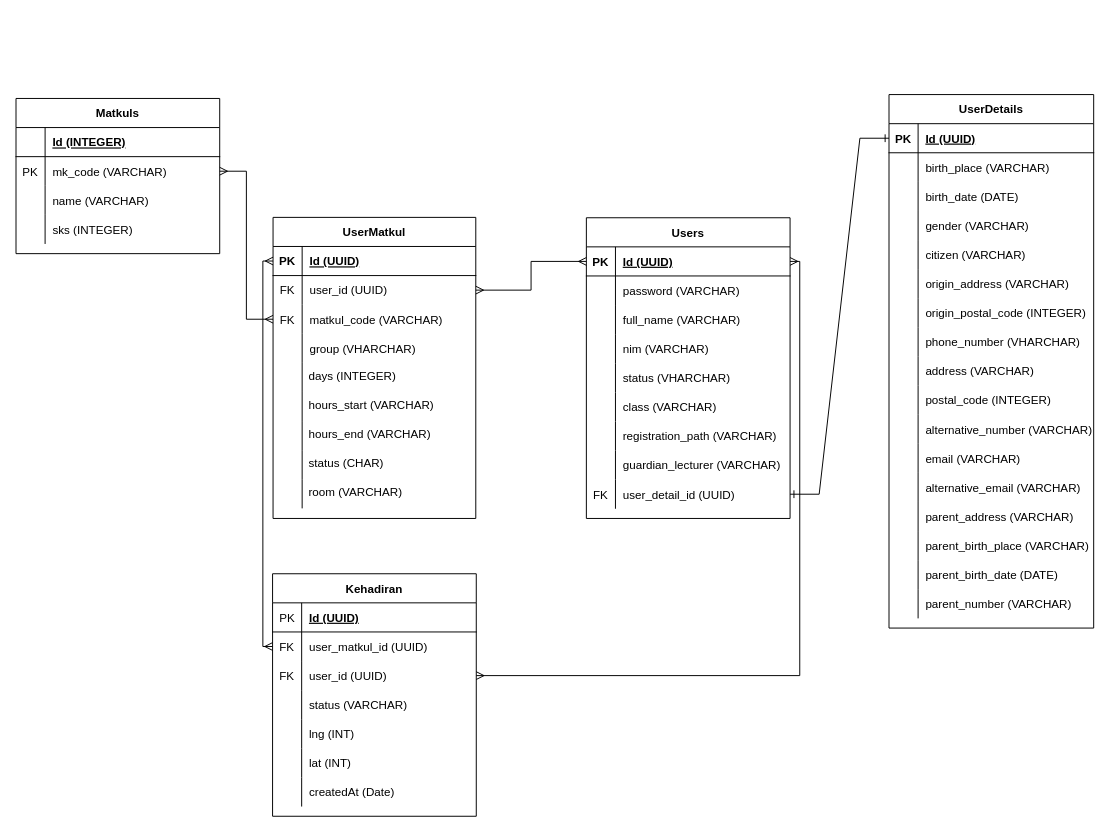
The draw.io diagram attandence-schema.drawio in aldomarcelino/learn-uml, before the edit. Source tidied: cells renumbered, new cells numbered last; positions are measured from the earlier drawing's top-left corner, leaving out a move shared by most shapes. Both pictures are drawn from the tidied source at 97%, with x=0, y=0 at pixel (16, 94).
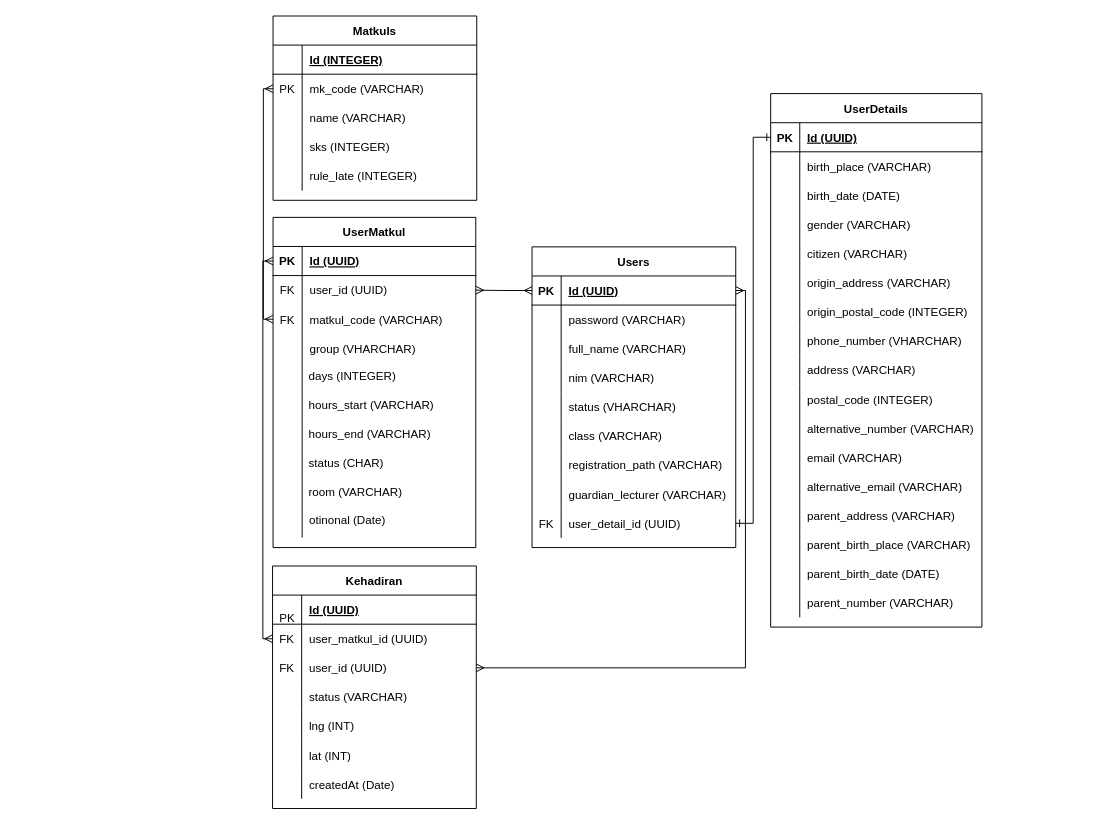
Above is the later version.

The change refers to these unchanged cells:
```xml
<mxCell id="27" style="shape=tableRow;horizontal=0;startSize=0;swimlaneHead=0;swimlaneBody=0;fillColor=none;points=[[0,0.5],[1,0.5]];portConstraint=eastwest;top=0;left=0;right=0;bottom=0;" parent="2" vertex="1">
  <mxGeometry y="270" width="210" height="30" as="geometry" />
</mxCell>
<mxCell id="87" style="shape=tableRow;horizontal=0;startSize=0;swimlaneHead=0;swimlaneBody=0;fillColor=none;points=[[0,0.5],[1,0.5]];portConstraint=eastwest;top=0;left=0;right=0;bottom=0;" parent="83" vertex="1">
  <mxGeometry y="60" width="210" height="30" as="geometry" />
</mxCell>
<mxCell id="104" style="shape=tableRow;horizontal=0;startSize=0;swimlaneHead=0;swimlaneBody=0;fillColor=none;points=[[0,0.5],[1,0.5]];portConstraint=eastwest;top=0;left=0;right=0;bottom=0;" parent="97" vertex="1">
  <mxGeometry y="90" width="209" height="30" as="geometry" />
</mxCell>
```

The edit, as a diff of the source:
```diff
@@
     <mxCell id="2" value="Users" style="shape=table;startSize=30;childLayout=tableLayout;rowLines=0;fontStyle=1;align=center;" parent="1" vertex="1">
-      <mxGeometry x="588" y="127" width="210" height="310" as="geometry" />
+      <mxGeometry x="532" y="157" width="210" height="310" as="geometry" />
     </mxCell>
@@
     <mxCell id="30" value="UserDetails" style="shape=table;startSize=30;childLayout=tableLayout;rowLines=0;fontStyle=1;align=center;" parent="1" vertex="1">
-      <mxGeometry x="900" width="211" height="550" as="geometry" />
+      <mxGeometry x="778" y="-1" width="217.8" height="550" as="geometry" />
     </mxCell>
     <mxCell id="31" style="shape=tableRow;horizontal=0;startSize=0;swimlaneHead=0;swimlaneBody=0;fillColor=none;points=[[0,0.5],[1,0.5]];portConstraint=eastwest;top=0;left=0;right=0;bottom=1;" parent="30" vertex="1">
-      <mxGeometry y="30" width="211" height="30" as="geometry" />
+      <mxGeometry y="30" width="217.8" height="30" as="geometry" />
     </mxCell>
@@
     <mxCell id="33" value="Id (UUID)" style="shape=partialRectangle;fillColor=none;top=0;left=0;bottom=0;right=0;align=left;spacingLeft=6;fontStyle=5;overflow=hidden;" parent="31" vertex="1">
-      <mxGeometry x="30" width="181" height="30" as="geometry" />
+      <mxGeometry x="30" width="187.8" height="30" as="geometry" />
     </mxCell>
     <mxCell id="34" style="shape=tableRow;horizontal=0;startSize=0;swimlaneHead=0;swimlaneBody=0;fillColor=none;top=0;left=0;right=0;bottom=0;" parent="30" vertex="1">
-      <mxGeometry y="60" width="211" height="30" as="geometry" />
+      <mxGeometry y="60" width="217.8" height="30" as="geometry" />
     </mxCell>
@@
     <mxCell id="36" value="birth_place (VARCHAR)" style="shape=partialRectangle;fillColor=none;top=0;left=0;bottom=0;right=0;align=left;spacingLeft=6;overflow=hidden;" parent="34" vertex="1">
-      <mxGeometry x="30" width="181" height="30" as="geometry" />
+      <mxGeometry x="30" width="187.8" height="30" as="geometry" />
     </mxCell>
     <mxCell id="37" style="shape=tableRow;horizontal=0;startSize=0;swimlaneHead=0;swimlaneBody=0;fillColor=none;top=0;left=0;right=0;bottom=0;" parent="30" vertex="1">
-      <mxGeometry y="90" width="211" height="30" as="geometry" />
+      <mxGeometry y="90" width="217.8" height="30" as="geometry" />
     </mxCell>
@@
     <mxCell id="39" value="birth_date (DATE)" style="shape=partialRectangle;fillColor=none;top=0;left=0;bottom=0;right=0;align=left;spacingLeft=6;overflow=hidden;" parent="37" vertex="1">
-      <mxGeometry x="30" width="181" height="30" as="geometry" />
+      <mxGeometry x="30" width="187.8" height="30" as="geometry" />
     </mxCell>
     <mxCell id="40" style="shape=tableRow;horizontal=0;startSize=0;swimlaneHead=0;swimlaneBody=0;fillColor=none;top=0;left=0;right=0;bottom=0;" parent="30" vertex="1">
-      <mxGeometry y="120" width="211" height="30" as="geometry" />
+      <mxGeometry y="120" width="217.8" height="30" as="geometry" />
     </mxCell>
@@
     <mxCell id="42" value="gender (VARCHAR)" style="shape=partialRectangle;fillColor=none;top=0;left=0;bottom=0;right=0;align=left;spacingLeft=6;overflow=hidden;" parent="40" vertex="1">
-      <mxGeometry x="30" width="181" height="30" as="geometry" />
+      <mxGeometry x="30" width="187.8" height="30" as="geometry" />
     </mxCell>
     <mxCell id="43" style="shape=tableRow;horizontal=0;startSize=0;swimlaneHead=0;swimlaneBody=0;fillColor=none;top=0;left=0;right=0;bottom=0;" parent="30" vertex="1">
-      <mxGeometry y="150" width="211" height="30" as="geometry" />
+      <mxGeometry y="150" width="217.8" height="30" as="geometry" />
     </mxCell>
@@
     <mxCell id="45" value="citizen (VARCHAR)" style="shape=partialRectangle;fillColor=none;top=0;left=0;bottom=0;right=0;align=left;spacingLeft=6;overflow=hidden;" parent="43" vertex="1">
-      <mxGeometry x="30" width="181" height="30" as="geometry" />
+      <mxGeometry x="30" width="187.8" height="30" as="geometry" />
     </mxCell>
     <mxCell id="46" style="shape=tableRow;horizontal=0;startSize=0;swimlaneHead=0;swimlaneBody=0;fillColor=none;top=0;left=0;right=0;bottom=0;" parent="30" vertex="1">
-      <mxGeometry y="180" width="211" height="30" as="geometry" />
+      <mxGeometry y="180" width="217.8" height="30" as="geometry" />
     </mxCell>
@@
     <mxCell id="48" value="origin_address (VARCHAR)" style="shape=partialRectangle;fillColor=none;top=0;left=0;bottom=0;right=0;align=left;spacingLeft=6;overflow=hidden;" parent="46" vertex="1">
-      <mxGeometry x="30" width="181" height="30" as="geometry" />
+      <mxGeometry x="30" width="187.8" height="30" as="geometry" />
     </mxCell>
     <mxCell id="49" style="shape=tableRow;horizontal=0;startSize=0;swimlaneHead=0;swimlaneBody=0;fillColor=none;top=0;left=0;right=0;bottom=0;" parent="30" vertex="1">
-      <mxGeometry y="210" width="211" height="30" as="geometry" />
+      <mxGeometry y="210" width="217.8" height="30" as="geometry" />
     </mxCell>
@@
     <mxCell id="51" value="origin_postal_code (INTEGER)" style="shape=partialRectangle;fillColor=none;top=0;left=0;bottom=0;right=0;align=left;spacingLeft=6;overflow=hidden;" parent="49" vertex="1">
-      <mxGeometry x="30" width="181" height="30" as="geometry" />
+      <mxGeometry x="30" width="187.8" height="30" as="geometry" />
     </mxCell>
     <mxCell id="52" style="shape=tableRow;horizontal=0;startSize=0;swimlaneHead=0;swimlaneBody=0;fillColor=none;top=0;left=0;right=0;bottom=0;" parent="30" vertex="1">
-      <mxGeometry y="240" width="211" height="30" as="geometry" />
+      <mxGeometry y="240" width="217.8" height="30" as="geometry" />
     </mxCell>
@@
     <mxCell id="54" value="phone_number (VHARCHAR)" style="shape=partialRectangle;fillColor=none;top=0;left=0;bottom=0;right=0;align=left;spacingLeft=6;overflow=hidden;" parent="52" vertex="1">
-      <mxGeometry x="30" width="181" height="30" as="geometry" />
+      <mxGeometry x="30" width="187.8" height="30" as="geometry" />
     </mxCell>
     <mxCell id="55" style="shape=tableRow;horizontal=0;startSize=0;swimlaneHead=0;swimlaneBody=0;fillColor=none;top=0;left=0;right=0;bottom=0;" parent="30" vertex="1">
-      <mxGeometry y="270" width="211" height="30" as="geometry" />
+      <mxGeometry y="270" width="217.8" height="30" as="geometry" />
     </mxCell>
@@
     <mxCell id="57" value="address (VARCHAR)" style="shape=partialRectangle;fillColor=none;top=0;left=0;bottom=0;right=0;align=left;spacingLeft=6;overflow=hidden;" parent="55" vertex="1">
-      <mxGeometry x="30" width="181" height="30" as="geometry" />
+      <mxGeometry x="30" width="187.8" height="30" as="geometry" />
     </mxCell>
     <mxCell id="58" style="shape=tableRow;horizontal=0;startSize=0;swimlaneHead=0;swimlaneBody=0;fillColor=none;top=0;left=0;right=0;bottom=0;" parent="30" vertex="1">
-      <mxGeometry y="300" width="211" height="30" as="geometry" />
+      <mxGeometry y="300" width="217.8" height="30" as="geometry" />
     </mxCell>
@@
     <mxCell id="60" value="postal_code (INTEGER)" style="shape=partialRectangle;fillColor=none;top=0;left=0;bottom=0;right=0;align=left;spacingLeft=6;overflow=hidden;" parent="58" vertex="1">
-      <mxGeometry x="30" width="181" height="30" as="geometry" />
+      <mxGeometry x="30" width="187.8" height="30" as="geometry" />
     </mxCell>
     <mxCell id="61" style="shape=tableRow;horizontal=0;startSize=0;swimlaneHead=0;swimlaneBody=0;fillColor=none;top=0;left=0;right=0;bottom=0;" parent="30" vertex="1">
-      <mxGeometry y="330" width="211" height="30" as="geometry" />
+      <mxGeometry y="330" width="217.8" height="30" as="geometry" />
     </mxCell>
@@
     <mxCell id="63" value="alternative_number (VARCHAR)" style="shape=partialRectangle;fillColor=none;top=0;left=0;bottom=0;right=0;align=left;spacingLeft=6;overflow=hidden;" parent="61" vertex="1">
-      <mxGeometry x="30" width="181" height="30" as="geometry" />
+      <mxGeometry x="30" width="187.8" height="30" as="geometry" />
     </mxCell>
     <mxCell id="64" style="shape=tableRow;horizontal=0;startSize=0;swimlaneHead=0;swimlaneBody=0;fillColor=none;top=0;left=0;right=0;bottom=0;" parent="30" vertex="1">
-      <mxGeometry y="360" width="211" height="30" as="geometry" />
+      <mxGeometry y="360" width="217.8" height="30" as="geometry" />
     </mxCell>
@@
     <mxCell id="66" value="email (VARCHAR)" style="shape=partialRectangle;fillColor=none;top=0;left=0;bottom=0;right=0;align=left;spacingLeft=6;overflow=hidden;" parent="64" vertex="1">
-      <mxGeometry x="30" width="181" height="30" as="geometry" />
+      <mxGeometry x="30" width="187.8" height="30" as="geometry" />
     </mxCell>
     <mxCell id="67" style="shape=tableRow;horizontal=0;startSize=0;swimlaneHead=0;swimlaneBody=0;fillColor=none;top=0;left=0;right=0;bottom=0;" parent="30" vertex="1">
-      <mxGeometry y="390" width="211" height="30" as="geometry" />
+      <mxGeometry y="390" width="217.8" height="30" as="geometry" />
     </mxCell>
@@
     <mxCell id="69" value="alternative_email (VARCHAR)" style="shape=partialRectangle;fillColor=none;top=0;left=0;bottom=0;right=0;align=left;spacingLeft=6;overflow=hidden;" parent="67" vertex="1">
-      <mxGeometry x="30" width="181" height="30" as="geometry" />
+      <mxGeometry x="30" width="187.8" height="30" as="geometry" />
     </mxCell>
     <mxCell id="70" style="shape=tableRow;horizontal=0;startSize=0;swimlaneHead=0;swimlaneBody=0;fillColor=none;top=0;left=0;right=0;bottom=0;" parent="30" vertex="1">
-      <mxGeometry y="420" width="211" height="30" as="geometry" />
+      <mxGeometry y="420" width="217.8" height="30" as="geometry" />
     </mxCell>
@@
     <mxCell id="72" value="parent_address (VARCHAR)" style="shape=partialRectangle;fillColor=none;top=0;left=0;bottom=0;right=0;align=left;spacingLeft=6;overflow=hidden;" parent="70" vertex="1">
-      <mxGeometry x="30" width="181" height="30" as="geometry" />
+      <mxGeometry x="30" width="187.8" height="30" as="geometry" />
     </mxCell>
     <mxCell id="73" style="shape=tableRow;horizontal=0;startSize=0;swimlaneHead=0;swimlaneBody=0;fillColor=none;top=0;left=0;right=0;bottom=0;" parent="30" vertex="1">
-      <mxGeometry y="450" width="211" height="30" as="geometry" />
+      <mxGeometry y="450" width="217.8" height="30" as="geometry" />
     </mxCell>
@@
     <mxCell id="75" value="parent_birth_place (VARCHAR)" style="shape=partialRectangle;fillColor=none;top=0;left=0;bottom=0;right=0;align=left;spacingLeft=6;overflow=hidden;" parent="73" vertex="1">
-      <mxGeometry x="30" width="181" height="30" as="geometry" />
+      <mxGeometry x="30" width="187.8" height="30" as="geometry" />
     </mxCell>
     <mxCell id="76" style="shape=tableRow;horizontal=0;startSize=0;swimlaneHead=0;swimlaneBody=0;fillColor=none;top=0;left=0;right=0;bottom=0;" parent="30" vertex="1">
-      <mxGeometry y="480" width="211" height="30" as="geometry" />
+      <mxGeometry y="480" width="217.8" height="30" as="geometry" />
     </mxCell>
@@
     <mxCell id="78" value="parent_birth_date (DATE)" style="shape=partialRectangle;fillColor=none;top=0;left=0;bottom=0;right=0;align=left;spacingLeft=6;overflow=hidden;" parent="76" vertex="1">
-      <mxGeometry x="30" width="181" height="30" as="geometry" />
+      <mxGeometry x="30" width="187.8" height="30" as="geometry" />
     </mxCell>
     <mxCell id="79" style="shape=tableRow;horizontal=0;startSize=0;swimlaneHead=0;swimlaneBody=0;fillColor=none;top=0;left=0;right=0;bottom=0;" parent="30" vertex="1">
-      <mxGeometry y="510" width="211" height="30" as="geometry" />
+      <mxGeometry y="510" width="217.8" height="30" as="geometry" />
     </mxCell>
@@
     <mxCell id="81" value="parent_number (VARCHAR)" style="shape=partialRectangle;fillColor=none;top=0;left=0;bottom=0;right=0;align=left;spacingLeft=6;overflow=hidden;" parent="79" vertex="1">
-      <mxGeometry x="30" width="181" height="30" as="geometry" />
+      <mxGeometry x="30" width="187.8" height="30" as="geometry" />
     </mxCell>
-    <mxCell id="82" style="edgeStyle=entityRelationEdgeStyle;fontSize=12;html=1;endArrow=ERone;rounded=0;entryX=0;entryY=0.5;entryDx=0;entryDy=0;exitX=1;exitY=0.5;exitDx=0;exitDy=0;endFill=0;startArrow=ERone;startFill=0;" parent="1" edge="1" source="27" target="31">
+    <mxCell id="82" style="fontSize=12;html=1;endArrow=ERone;rounded=0;entryX=0;entryY=0.5;entryDx=0;entryDy=0;exitX=1;exitY=0.5;exitDx=0;exitDy=0;endFill=0;startArrow=ERone;startFill=0;edgeStyle=orthogonalEdgeStyle;" parent="1" edge="1" source="27" target="31">
       <mxGeometry relative="1" as="geometry" />
     </mxCell>
     <mxCell id="83" value="Matkuls" style="shape=table;startSize=30;childLayout=tableLayout;rowLines=0;fontStyle=1;align=center;" parent="1" vertex="1">
-      <mxGeometry y="4" width="210" height="160" as="geometry" />
+      <mxGeometry x="265" y="-81" width="210" height="190" as="geometry" />
     </mxCell>
@@
+    <mxCell id="156" style="shape=tableRow;horizontal=0;startSize=0;swimlaneHead=0;swimlaneBody=0;fillColor=none;top=0;left=0;right=0;bottom=0;" parent="83" vertex="1">
+      <mxGeometry y="120" width="210" height="30" as="geometry" />
+    </mxCell>
+    <mxCell id="157" style="shape=partialRectangle;fillColor=none;top=0;left=0;bottom=0;right=0;overflow=hidden;" parent="156" vertex="1">
+      <mxGeometry width="30" height="30" as="geometry" />
+    </mxCell>
+    <mxCell id="158" value="sks (INTEGER)" style="shape=partialRectangle;fillColor=none;top=0;left=0;bottom=0;right=0;align=left;spacingLeft=6;overflow=hidden;" parent="156" vertex="1">
+      <mxGeometry x="30" width="180" height="30" as="geometry" />
+    </mxCell>
     <mxCell id="93" style="shape=tableRow;horizontal=0;startSize=0;swimlaneHead=0;swimlaneBody=0;fillColor=none;top=0;left=0;right=0;bottom=0;" parent="83" vertex="1">
-      <mxGeometry y="120" width="210" height="30" as="geometry" />
+      <mxGeometry y="150" width="210" height="30" as="geometry" />
     </mxCell>
@@
-    <mxCell id="95" value="sks (INTEGER)" style="shape=partialRectangle;fillColor=none;top=0;left=0;bottom=0;right=0;align=left;spacingLeft=6;overflow=hidden;" parent="93" vertex="1">
+    <mxCell id="95" value="rule_late (INTEGER)" style="shape=partialRectangle;fillColor=none;top=0;left=0;bottom=0;right=0;align=left;spacingLeft=6;overflow=hidden;" parent="93" vertex="1">
       <mxGeometry x="30" width="180" height="30" as="geometry" />
     </mxCell>
-    <mxCell id="96" style="fontSize=12;html=1;endArrow=ERmany;rounded=0;entryX=1;entryY=0.5;entryDx=0;entryDy=0;exitX=0;exitY=0.5;exitDx=0;exitDy=0;endFill=0;startArrow=ERmany;startFill=0;edgeStyle=orthogonalEdgeStyle;" parent="1" edge="1" source="104" target="87">
+    <mxCell id="96" style="fontSize=12;html=1;endArrow=ERmany;rounded=0;entryX=0;entryY=0.5;entryDx=0;entryDy=0;exitX=0;exitY=0.5;exitDx=0;exitDy=0;endFill=0;startArrow=ERmany;startFill=0;edgeStyle=orthogonalEdgeStyle;" parent="1" edge="1" source="104" target="87">
       <mxGeometry relative="1" as="geometry" />
     </mxCell>
     <mxCell id="97" value="UserMatkul" style="shape=table;startSize=30;childLayout=tableLayout;rowLines=0;fontStyle=1;align=center;" parent="1" vertex="1">
-      <mxGeometry x="265" y="126.6" width="209" height="310.4" as="geometry" />
+      <mxGeometry x="265" y="126.6" width="209" height="340.4" as="geometry" />
     </mxCell>
@@
+    <mxCell id="159" style="shape=tableRow;horizontal=0;startSize=0;swimlaneHead=0;swimlaneBody=0;fillColor=none;top=0;left=0;right=0;bottom=0;" parent="97" vertex="1">
+      <mxGeometry y="270" width="209" height="30" as="geometry" />
+    </mxCell>
+    <mxCell id="160" style="shape=partialRectangle;fillColor=none;top=0;left=0;bottom=0;right=0;overflow=hidden;" parent="159" vertex="1">
+      <mxGeometry width="30" height="30" as="geometry" />
+    </mxCell>
+    <mxCell id="161" style="shape=partialRectangle;fillColor=none;top=0;left=0;bottom=0;right=0;align=left;spacingLeft=6;overflow=hidden;" parent="159" vertex="1">
+      <mxGeometry x="30" width="179" height="30" as="geometry" />
+    </mxCell>
     <mxCell id="122" style="shape=tableRow;horizontal=0;startSize=0;swimlaneHead=0;swimlaneBody=0;fillColor=none;top=0;left=0;right=0;bottom=0;" parent="97" vertex="1">
-      <mxGeometry y="270" width="209" height="30" as="geometry" />
+      <mxGeometry y="300" width="209" height="30" as="geometry" />
     </mxCell>
@@
     <mxCell id="131" value="Kehadiran" style="shape=table;startSize=30;childLayout=tableLayout;rowLines=0;fontStyle=1;align=center;" parent="1" vertex="1">
-      <mxGeometry x="264.5" y="494" width="210" height="250" as="geometry" />
+      <mxGeometry x="264.5" y="486" width="210" height="250" as="geometry" />
     </mxCell>
@@
+    <mxCell id="162" value="otinonal (Date)" style="shape=partialRectangle;fillColor=none;top=0;left=0;bottom=0;right=0;align=left;spacingLeft=6;overflow=hidden;" parent="1" vertex="1">
+      <mxGeometry x="294.5" y="423" width="180" height="30" as="geometry" />
+    </mxCell>
```
